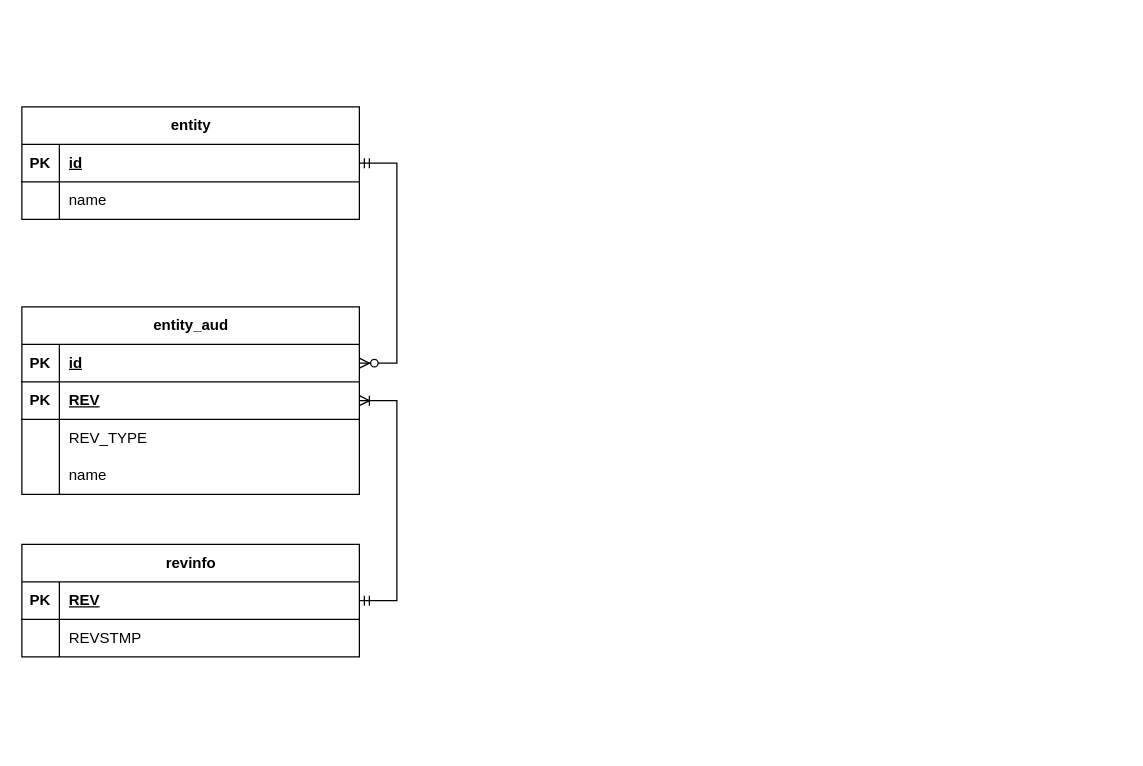
The draw.io diagram page "Page-2" (2 of 2) of service/property/.readme/draw_v2.drawio in GrubeB/f13-learning, before the edit. Source tidied: cells renumbered, new cells numbered last; positions are measured from the earlier drawing's top-left corner, leaving out a move shared by most shapes. Both pictures are drawn from the tidied source at 125%, with x=0, y=0 at pixel (21, 106).
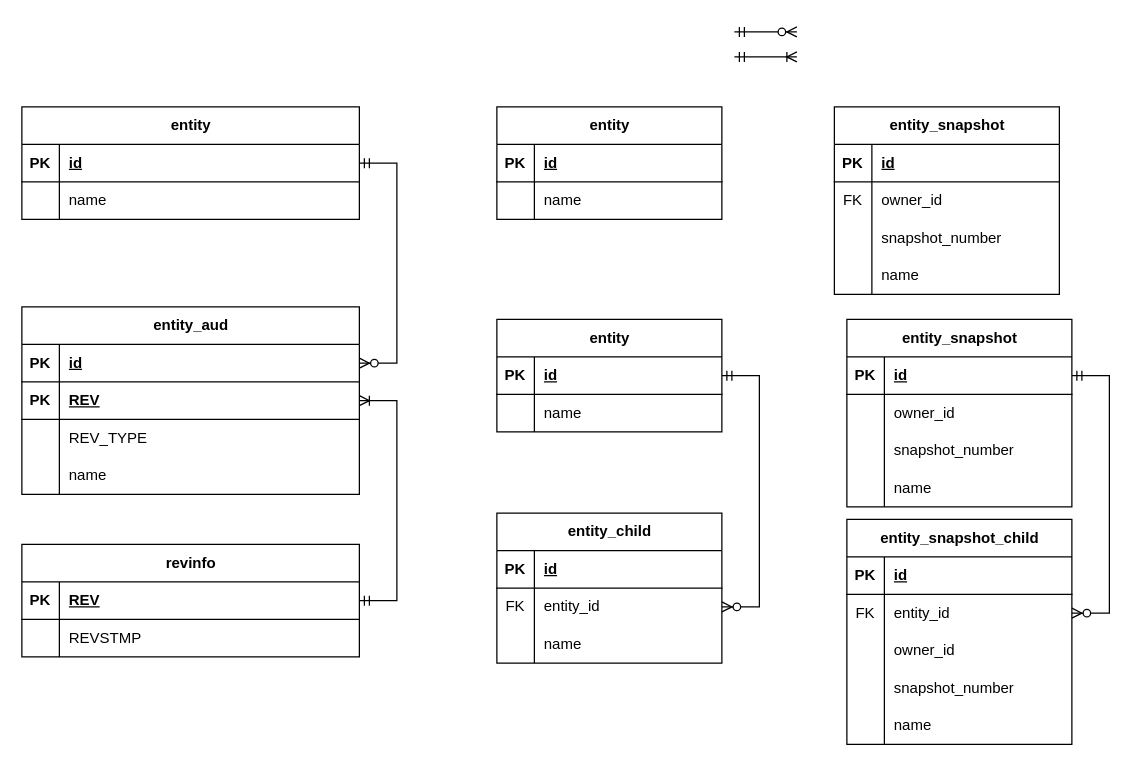
The same diagram, later.

Change to the diagram source:
```diff
@@
+    <mxCell id="31" value="entity" style="shape=table;startSize=30;childLayout=tableLayout;rowLines=0;fontStyle=1;align=center;html=1;" parent="1" vertex="1">
+      <mxGeometry x="380" width="180" height="90" as="geometry" />
+    </mxCell>
+    <mxCell id="32" style="shape=tableRow;horizontal=0;startSize=0;swimlaneHead=0;swimlaneBody=0;fillColor=none;top=0;left=0;right=0;bottom=1;" parent="31" vertex="1">
+      <mxGeometry y="30" width="180" height="30" as="geometry" />
+    </mxCell>
+    <mxCell id="33" value="PK" style="shape=partialRectangle;fillColor=none;top=0;left=0;bottom=0;right=0;fontStyle=1;overflow=hidden;whiteSpace=wrap;html=1;" parent="32" vertex="1">
+      <mxGeometry width="30" height="30" as="geometry" />
+    </mxCell>
+    <mxCell id="34" value="id" style="shape=partialRectangle;fillColor=none;top=0;left=0;bottom=0;right=0;align=left;spacingLeft=6;fontStyle=5;overflow=hidden;whiteSpace=wrap;html=1;" parent="32" vertex="1">
+      <mxGeometry x="30" width="150" height="30" as="geometry" />
+    </mxCell>
+    <mxCell id="35" style="shape=tableRow;horizontal=0;startSize=0;swimlaneHead=0;swimlaneBody=0;fillColor=none;top=0;left=0;right=0;bottom=0;" parent="31" vertex="1">
+      <mxGeometry y="60" width="180" height="30" as="geometry" />
+    </mxCell>
+    <mxCell id="36" style="shape=partialRectangle;fillColor=none;top=0;left=0;bottom=0;right=0;overflow=hidden;whiteSpace=wrap;html=1;" parent="35" vertex="1">
+      <mxGeometry width="30" height="30" as="geometry" />
+    </mxCell>
+    <mxCell id="37" value="name" style="shape=partialRectangle;fillColor=none;top=0;left=0;bottom=0;right=0;align=left;spacingLeft=6;overflow=hidden;whiteSpace=wrap;html=1;" parent="35" vertex="1">
+      <mxGeometry x="30" width="150" height="30" as="geometry" />
+    </mxCell>
+    <mxCell id="38" value="entity_snapshot" style="shape=table;startSize=30;childLayout=tableLayout;rowLines=0;fontStyle=1;align=center;html=1;" parent="1" vertex="1">
+      <mxGeometry x="650" width="180" height="150" as="geometry" />
+    </mxCell>
+    <mxCell id="39" style="shape=tableRow;horizontal=0;startSize=0;swimlaneHead=0;swimlaneBody=0;fillColor=none;top=0;left=0;right=0;bottom=1;" parent="38" vertex="1">
+      <mxGeometry y="30" width="180" height="30" as="geometry" />
+    </mxCell>
+    <mxCell id="40" value="PK" style="shape=partialRectangle;fillColor=none;top=0;left=0;bottom=0;right=0;fontStyle=1;overflow=hidden;whiteSpace=wrap;html=1;" parent="39" vertex="1">
+      <mxGeometry width="30" height="30" as="geometry" />
+    </mxCell>
+    <mxCell id="41" value="id" style="shape=partialRectangle;fillColor=none;top=0;left=0;bottom=0;right=0;align=left;spacingLeft=6;fontStyle=5;overflow=hidden;whiteSpace=wrap;html=1;" parent="39" vertex="1">
+      <mxGeometry x="30" width="150" height="30" as="geometry" />
+    </mxCell>
+    <mxCell id="42" style="shape=tableRow;horizontal=0;startSize=0;swimlaneHead=0;swimlaneBody=0;fillColor=none;top=0;left=0;right=0;bottom=0;" parent="38" vertex="1">
+      <mxGeometry y="60" width="180" height="30" as="geometry" />
+    </mxCell>
+    <mxCell id="43" value="FK" style="shape=partialRectangle;fillColor=none;top=0;left=0;bottom=0;right=0;overflow=hidden;whiteSpace=wrap;html=1;" parent="42" vertex="1">
+      <mxGeometry width="30" height="30" as="geometry" />
+    </mxCell>
+    <mxCell id="44" value="owner_id" style="shape=partialRectangle;fillColor=none;top=0;left=0;bottom=0;right=0;align=left;spacingLeft=6;overflow=hidden;whiteSpace=wrap;html=1;" parent="42" vertex="1">
+      <mxGeometry x="30" width="150" height="30" as="geometry" />
+    </mxCell>
+    <mxCell id="45" style="shape=tableRow;horizontal=0;startSize=0;swimlaneHead=0;swimlaneBody=0;fillColor=none;top=0;left=0;right=0;bottom=0;" parent="38" vertex="1">
+      <mxGeometry y="90" width="180" height="30" as="geometry" />
+    </mxCell>
+    <mxCell id="46" style="shape=partialRectangle;fillColor=none;top=0;left=0;bottom=0;right=0;overflow=hidden;whiteSpace=wrap;html=1;" parent="45" vertex="1">
+      <mxGeometry width="30" height="30" as="geometry" />
+    </mxCell>
+    <mxCell id="47" value="snapshot_number" style="shape=partialRectangle;fillColor=none;top=0;left=0;bottom=0;right=0;align=left;spacingLeft=6;overflow=hidden;whiteSpace=wrap;html=1;" parent="45" vertex="1">
+      <mxGeometry x="30" width="150" height="30" as="geometry" />
+    </mxCell>
+    <mxCell id="48" style="shape=tableRow;horizontal=0;startSize=0;swimlaneHead=0;swimlaneBody=0;fillColor=none;top=0;left=0;right=0;bottom=0;" parent="38" vertex="1">
+      <mxGeometry y="120" width="180" height="30" as="geometry" />
+    </mxCell>
+    <mxCell id="49" style="shape=partialRectangle;fillColor=none;top=0;left=0;bottom=0;right=0;overflow=hidden;whiteSpace=wrap;html=1;" parent="48" vertex="1">
+      <mxGeometry width="30" height="30" as="geometry" />
+    </mxCell>
+    <mxCell id="50" value="name" style="shape=partialRectangle;fillColor=none;top=0;left=0;bottom=0;right=0;align=left;spacingLeft=6;overflow=hidden;whiteSpace=wrap;html=1;" parent="48" vertex="1">
+      <mxGeometry x="30" width="150" height="30" as="geometry" />
+    </mxCell>
+    <mxCell id="51" style="edgeStyle=entityRelationEdgeStyle;fontSize=12;html=1;endArrow=ERzeroToMany;startArrow=ERmandOne;rounded=0;" parent="1" edge="1">
+      <mxGeometry relative="1" as="geometry">
+        <mxPoint x="570" y="-60" as="sourcePoint" />
+        <mxPoint x="620" y="-60" as="targetPoint" />
+      </mxGeometry>
+    </mxCell>
+    <mxCell id="52" value="entity" style="shape=table;startSize=30;childLayout=tableLayout;rowLines=0;fontStyle=1;align=center;html=1;" parent="1" vertex="1">
+      <mxGeometry x="380" y="170" width="180" height="90" as="geometry" />
+    </mxCell>
+    <mxCell id="53" style="shape=tableRow;horizontal=0;startSize=0;swimlaneHead=0;swimlaneBody=0;fillColor=none;points=[[0,0.5],[1,0.5]];portConstraint=eastwest;top=0;left=0;right=0;bottom=1;" parent="52" vertex="1">
+      <mxGeometry y="30" width="180" height="30" as="geometry" />
+    </mxCell>
+    <mxCell id="54" value="PK" style="shape=partialRectangle;fillColor=none;top=0;left=0;bottom=0;right=0;fontStyle=1;overflow=hidden;whiteSpace=wrap;html=1;" parent="53" vertex="1">
+      <mxGeometry width="30" height="30" as="geometry" />
+    </mxCell>
+    <mxCell id="55" value="id" style="shape=partialRectangle;fillColor=none;top=0;left=0;bottom=0;right=0;align=left;spacingLeft=6;fontStyle=5;overflow=hidden;whiteSpace=wrap;html=1;" parent="53" vertex="1">
+      <mxGeometry x="30" width="150" height="30" as="geometry" />
+    </mxCell>
+    <mxCell id="56" style="shape=tableRow;horizontal=0;startSize=0;swimlaneHead=0;swimlaneBody=0;fillColor=none;top=0;left=0;right=0;bottom=0;" parent="52" vertex="1">
+      <mxGeometry y="60" width="180" height="30" as="geometry" />
+    </mxCell>
+    <mxCell id="57" style="shape=partialRectangle;fillColor=none;top=0;left=0;bottom=0;right=0;overflow=hidden;whiteSpace=wrap;html=1;" parent="56" vertex="1">
+      <mxGeometry width="30" height="30" as="geometry" />
+    </mxCell>
+    <mxCell id="58" value="name" style="shape=partialRectangle;fillColor=none;top=0;left=0;bottom=0;right=0;align=left;spacingLeft=6;overflow=hidden;whiteSpace=wrap;html=1;" parent="56" vertex="1">
+      <mxGeometry x="30" width="150" height="30" as="geometry" />
+    </mxCell>
+    <mxCell id="59" value="entity_snapshot" style="shape=table;startSize=30;childLayout=tableLayout;rowLines=0;fontStyle=1;align=center;html=1;" parent="1" vertex="1">
+      <mxGeometry x="660" y="170" width="180" height="150" as="geometry" />
+    </mxCell>
+    <mxCell id="60" style="shape=tableRow;horizontal=0;startSize=0;swimlaneHead=0;swimlaneBody=0;fillColor=none;points=[[0,0.5],[1,0.5]];portConstraint=eastwest;top=0;left=0;right=0;bottom=1;" parent="59" vertex="1">
+      <mxGeometry y="30" width="180" height="30" as="geometry" />
+    </mxCell>
+    <mxCell id="61" value="PK" style="shape=partialRectangle;fillColor=none;top=0;left=0;bottom=0;right=0;fontStyle=1;overflow=hidden;whiteSpace=wrap;html=1;" parent="60" vertex="1">
+      <mxGeometry width="30" height="30" as="geometry" />
+    </mxCell>
+    <mxCell id="62" value="id" style="shape=partialRectangle;fillColor=none;top=0;left=0;bottom=0;right=0;align=left;spacingLeft=6;fontStyle=5;overflow=hidden;whiteSpace=wrap;html=1;" parent="60" vertex="1">
+      <mxGeometry x="30" width="150" height="30" as="geometry" />
+    </mxCell>
+    <mxCell id="63" style="shape=tableRow;horizontal=0;startSize=0;swimlaneHead=0;swimlaneBody=0;fillColor=none;top=0;left=0;right=0;bottom=0;" parent="59" vertex="1">
+      <mxGeometry y="60" width="180" height="30" as="geometry" />
+    </mxCell>
+    <mxCell id="64" style="shape=partialRectangle;fillColor=none;top=0;left=0;bottom=0;right=0;overflow=hidden;whiteSpace=wrap;html=1;" parent="63" vertex="1">
+      <mxGeometry width="30" height="30" as="geometry" />
+    </mxCell>
+    <mxCell id="65" value="owner_id" style="shape=partialRectangle;fillColor=none;top=0;left=0;bottom=0;right=0;align=left;spacingLeft=6;overflow=hidden;whiteSpace=wrap;html=1;" parent="63" vertex="1">
+      <mxGeometry x="30" width="150" height="30" as="geometry" />
+    </mxCell>
+    <mxCell id="66" style="shape=tableRow;horizontal=0;startSize=0;swimlaneHead=0;swimlaneBody=0;fillColor=none;top=0;left=0;right=0;bottom=0;" parent="59" vertex="1">
+      <mxGeometry y="90" width="180" height="30" as="geometry" />
+    </mxCell>
+    <mxCell id="67" style="shape=partialRectangle;fillColor=none;top=0;left=0;bottom=0;right=0;overflow=hidden;whiteSpace=wrap;html=1;" parent="66" vertex="1">
+      <mxGeometry width="30" height="30" as="geometry" />
+    </mxCell>
+    <mxCell id="68" value="snapshot_number" style="shape=partialRectangle;fillColor=none;top=0;left=0;bottom=0;right=0;align=left;spacingLeft=6;overflow=hidden;whiteSpace=wrap;html=1;" parent="66" vertex="1">
+      <mxGeometry x="30" width="150" height="30" as="geometry" />
+    </mxCell>
+    <mxCell id="69" style="shape=tableRow;horizontal=0;startSize=0;swimlaneHead=0;swimlaneBody=0;fillColor=none;top=0;left=0;right=0;bottom=0;" parent="59" vertex="1">
+      <mxGeometry y="120" width="180" height="30" as="geometry" />
+    </mxCell>
+    <mxCell id="70" style="shape=partialRectangle;fillColor=none;top=0;left=0;bottom=0;right=0;overflow=hidden;whiteSpace=wrap;html=1;" parent="69" vertex="1">
+      <mxGeometry width="30" height="30" as="geometry" />
+    </mxCell>
+    <mxCell id="71" value="name" style="shape=partialRectangle;fillColor=none;top=0;left=0;bottom=0;right=0;align=left;spacingLeft=6;overflow=hidden;whiteSpace=wrap;html=1;" parent="69" vertex="1">
+      <mxGeometry x="30" width="150" height="30" as="geometry" />
+    </mxCell>
+    <mxCell id="72" value="entity_child" style="shape=table;startSize=30;childLayout=tableLayout;rowLines=0;fontStyle=1;align=center;html=1;" parent="1" vertex="1">
+      <mxGeometry x="380" y="325" width="180" height="120" as="geometry" />
+    </mxCell>
+    <mxCell id="73" style="shape=tableRow;horizontal=0;startSize=0;swimlaneHead=0;swimlaneBody=0;fillColor=none;top=0;left=0;right=0;bottom=1;" parent="72" vertex="1">
+      <mxGeometry y="30" width="180" height="30" as="geometry" />
+    </mxCell>
+    <mxCell id="74" value="PK" style="shape=partialRectangle;fillColor=none;top=0;left=0;bottom=0;right=0;fontStyle=1;overflow=hidden;whiteSpace=wrap;html=1;" parent="73" vertex="1">
+      <mxGeometry width="30" height="30" as="geometry" />
+    </mxCell>
+    <mxCell id="75" value="id" style="shape=partialRectangle;fillColor=none;top=0;left=0;bottom=0;right=0;align=left;spacingLeft=6;fontStyle=5;overflow=hidden;whiteSpace=wrap;html=1;" parent="73" vertex="1">
+      <mxGeometry x="30" width="150" height="30" as="geometry" />
+    </mxCell>
+    <mxCell id="76" style="shape=tableRow;horizontal=0;startSize=0;swimlaneHead=0;swimlaneBody=0;fillColor=none;points=[[0,0.5],[1,0.5]];portConstraint=eastwest;top=0;left=0;right=0;bottom=0;" parent="72" vertex="1">
+      <mxGeometry y="60" width="180" height="30" as="geometry" />
+    </mxCell>
+    <mxCell id="77" value="FK" style="shape=partialRectangle;fillColor=none;top=0;left=0;bottom=0;right=0;overflow=hidden;whiteSpace=wrap;html=1;" parent="76" vertex="1">
+      <mxGeometry width="30" height="30" as="geometry" />
+    </mxCell>
+    <mxCell id="78" value="entity_id" style="shape=partialRectangle;fillColor=none;top=0;left=0;bottom=0;right=0;align=left;spacingLeft=6;overflow=hidden;whiteSpace=wrap;html=1;" parent="76" vertex="1">
+      <mxGeometry x="30" width="150" height="30" as="geometry" />
+    </mxCell>
+    <mxCell id="79" style="shape=tableRow;horizontal=0;startSize=0;swimlaneHead=0;swimlaneBody=0;fillColor=none;top=0;left=0;right=0;bottom=0;" parent="72" vertex="1">
+      <mxGeometry y="90" width="180" height="30" as="geometry" />
+    </mxCell>
+    <mxCell id="80" style="shape=partialRectangle;fillColor=none;top=0;left=0;bottom=0;right=0;overflow=hidden;whiteSpace=wrap;html=1;" parent="79" vertex="1">
+      <mxGeometry width="30" height="30" as="geometry" />
+    </mxCell>
+    <mxCell id="81" value="name" style="shape=partialRectangle;fillColor=none;top=0;left=0;bottom=0;right=0;align=left;spacingLeft=6;overflow=hidden;whiteSpace=wrap;html=1;" parent="79" vertex="1">
+      <mxGeometry x="30" width="150" height="30" as="geometry" />
+    </mxCell>
+    <mxCell id="82" style="edgeStyle=entityRelationEdgeStyle;fontSize=12;html=1;endArrow=ERoneToMany;startArrow=ERmandOne;rounded=0;" parent="1" edge="1">
+      <mxGeometry relative="1" as="geometry">
+        <mxPoint x="570" y="-40" as="sourcePoint" />
+        <mxPoint x="620" y="-40" as="targetPoint" />
+      </mxGeometry>
+    </mxCell>
+    <mxCell id="83" style="edgeStyle=entityRelationEdgeStyle;fontSize=12;html=1;endArrow=ERzeroToMany;startArrow=ERmandOne;rounded=0;" parent="1" edge="1" source="53" target="76">
+      <mxGeometry relative="1" as="geometry" />
+    </mxCell>
+    <mxCell id="84" value="entity_snapshot_child" style="shape=table;startSize=30;childLayout=tableLayout;rowLines=0;fontStyle=1;align=center;html=1;" parent="1" vertex="1">
+      <mxGeometry x="660" y="330" width="180" height="180" as="geometry" />
+    </mxCell>
+    <mxCell id="85" style="shape=tableRow;horizontal=0;startSize=0;swimlaneHead=0;swimlaneBody=0;fillColor=none;top=0;left=0;right=0;bottom=1;" parent="84" vertex="1">
+      <mxGeometry y="30" width="180" height="30" as="geometry" />
+    </mxCell>
+    <mxCell id="86" value="PK" style="shape=partialRectangle;fillColor=none;top=0;left=0;bottom=0;right=0;fontStyle=1;overflow=hidden;whiteSpace=wrap;html=1;" parent="85" vertex="1">
+      <mxGeometry width="30" height="30" as="geometry" />
+    </mxCell>
+    <mxCell id="87" value="id" style="shape=partialRectangle;fillColor=none;top=0;left=0;bottom=0;right=0;align=left;spacingLeft=6;fontStyle=5;overflow=hidden;whiteSpace=wrap;html=1;" parent="85" vertex="1">
+      <mxGeometry x="30" width="150" height="30" as="geometry" />
+    </mxCell>
+    <mxCell id="88" style="shape=tableRow;horizontal=0;startSize=0;swimlaneHead=0;swimlaneBody=0;fillColor=none;points=[[0,0.5],[1,0.5]];portConstraint=eastwest;top=0;left=0;right=0;bottom=0;" parent="84" vertex="1">
+      <mxGeometry y="60" width="180" height="30" as="geometry" />
+    </mxCell>
+    <mxCell id="89" value="FK" style="shape=partialRectangle;fillColor=none;top=0;left=0;bottom=0;right=0;overflow=hidden;whiteSpace=wrap;html=1;" parent="88" vertex="1">
+      <mxGeometry width="30" height="30" as="geometry" />
+    </mxCell>
+    <mxCell id="90" value="entity_id" style="shape=partialRectangle;fillColor=none;top=0;left=0;bottom=0;right=0;align=left;spacingLeft=6;overflow=hidden;whiteSpace=wrap;html=1;" parent="88" vertex="1">
+      <mxGeometry x="30" width="150" height="30" as="geometry" />
+    </mxCell>
+    <mxCell id="91" style="shape=tableRow;horizontal=0;startSize=0;swimlaneHead=0;swimlaneBody=0;fillColor=none;top=0;left=0;right=0;bottom=0;" parent="84" vertex="1">
+      <mxGeometry y="90" width="180" height="30" as="geometry" />
+    </mxCell>
+    <mxCell id="92" style="shape=partialRectangle;fillColor=none;top=0;left=0;bottom=0;right=0;overflow=hidden;whiteSpace=wrap;html=1;" parent="91" vertex="1">
+      <mxGeometry width="30" height="30" as="geometry" />
+    </mxCell>
+    <mxCell id="93" value="owner_id" style="shape=partialRectangle;fillColor=none;top=0;left=0;bottom=0;right=0;align=left;spacingLeft=6;overflow=hidden;whiteSpace=wrap;html=1;" parent="91" vertex="1">
+      <mxGeometry x="30" width="150" height="30" as="geometry" />
+    </mxCell>
+    <mxCell id="94" style="shape=tableRow;horizontal=0;startSize=0;swimlaneHead=0;swimlaneBody=0;fillColor=none;top=0;left=0;right=0;bottom=0;" parent="84" vertex="1">
+      <mxGeometry y="120" width="180" height="30" as="geometry" />
+    </mxCell>
+    <mxCell id="95" style="shape=partialRectangle;fillColor=none;top=0;left=0;bottom=0;right=0;overflow=hidden;whiteSpace=wrap;html=1;" parent="94" vertex="1">
+      <mxGeometry width="30" height="30" as="geometry" />
+    </mxCell>
+    <mxCell id="96" value="snapshot_number" style="shape=partialRectangle;fillColor=none;top=0;left=0;bottom=0;right=0;align=left;spacingLeft=6;overflow=hidden;whiteSpace=wrap;html=1;" parent="94" vertex="1">
+      <mxGeometry x="30" width="150" height="30" as="geometry" />
+    </mxCell>
+    <mxCell id="97" style="shape=tableRow;horizontal=0;startSize=0;swimlaneHead=0;swimlaneBody=0;fillColor=none;top=0;left=0;right=0;bottom=0;" parent="84" vertex="1">
+      <mxGeometry y="150" width="180" height="30" as="geometry" />
+    </mxCell>
+    <mxCell id="98" style="shape=partialRectangle;fillColor=none;top=0;left=0;bottom=0;right=0;overflow=hidden;whiteSpace=wrap;html=1;" parent="97" vertex="1">
+      <mxGeometry width="30" height="30" as="geometry" />
+    </mxCell>
+    <mxCell id="99" value="name" style="shape=partialRectangle;fillColor=none;top=0;left=0;bottom=0;right=0;align=left;spacingLeft=6;overflow=hidden;whiteSpace=wrap;html=1;" parent="97" vertex="1">
+      <mxGeometry x="30" width="150" height="30" as="geometry" />
+    </mxCell>
+    <mxCell id="100" style="edgeStyle=entityRelationEdgeStyle;fontSize=12;html=1;endArrow=ERzeroToMany;startArrow=ERmandOne;rounded=0;" parent="1" edge="1" source="60" target="88">
+      <mxGeometry relative="1" as="geometry" />
+    </mxCell>
```
